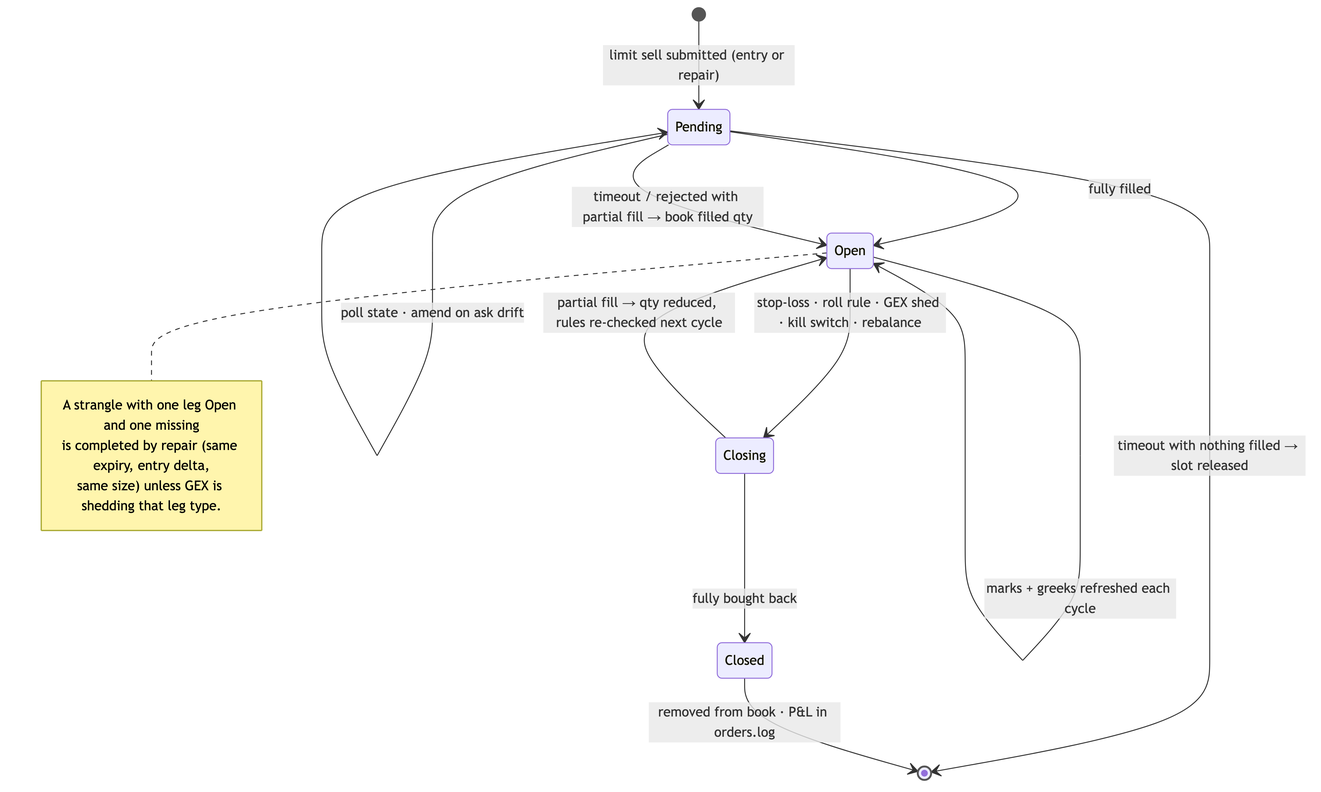
Above: docs/strategy_position_states.png in rchau73/optionsBot (Mermaid), before the change. Its source is kept beside it as docs/strategy_position_states.mmd.
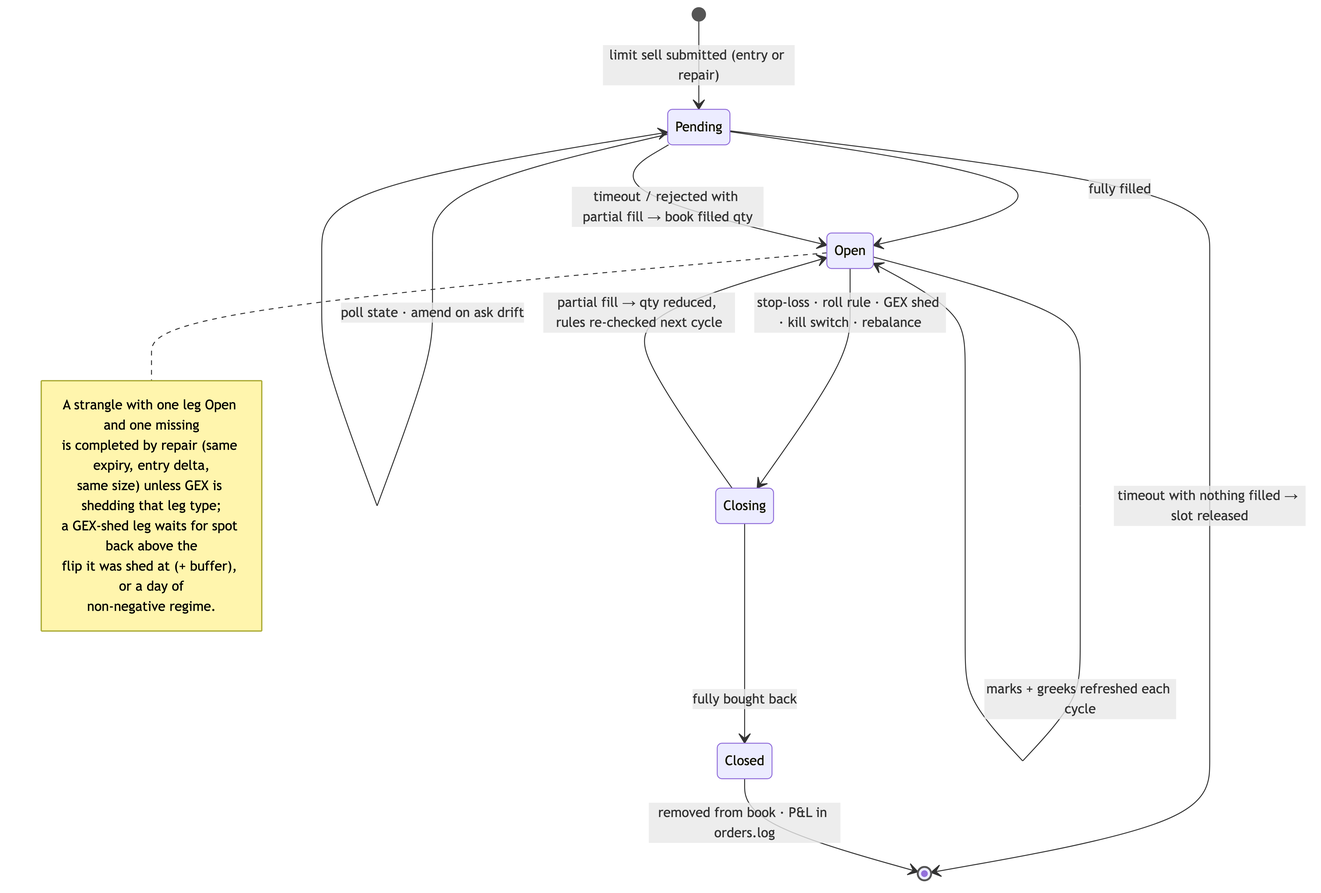
The same diagram one commit later.

Change to the diagram source:
```diff
@@ -12,5 +12,8 @@
     note right of Open
         A strangle with one leg Open and one missing
         is completed by repair (same expiry, entry delta,
-        same size) unless GEX is shedding that leg type.
+        same size) unless GEX is shedding that leg type;
+        a GEX-shed leg waits for spot back above the
+        flip it was shed at (+ buffer), or a day of
+        non-negative regime.
     end note
```
